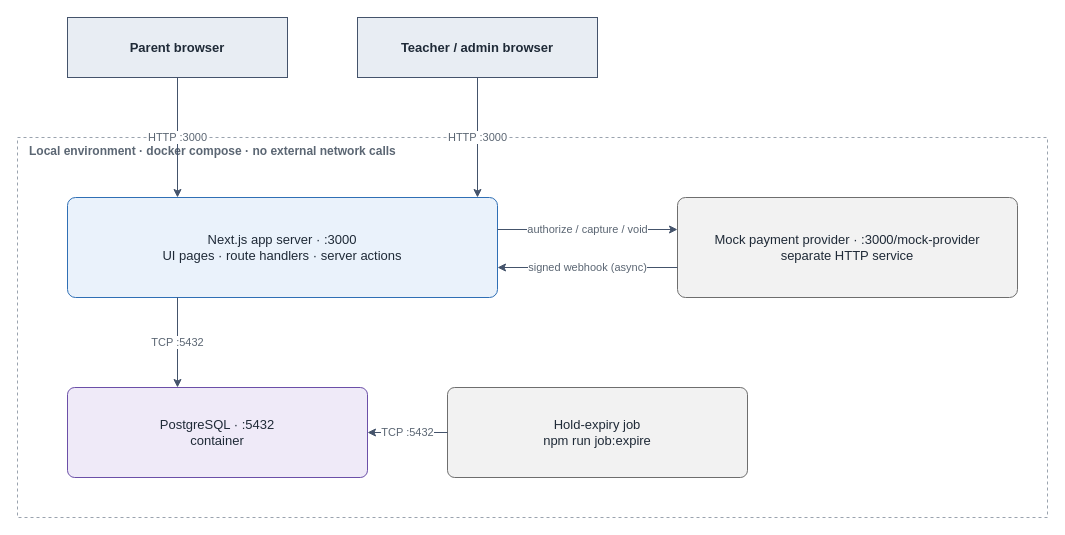
Earlier version of the draw.io diagram page "1. Network architecture" (1 of 7) of docs/diagrams.drawio (syahmiSani/poc-trial-booking). Source tidied: cells renumbered, new cells numbered last; positions are measured from the earlier drawing's top-left corner, leaving out a move shared by most shapes. Both pictures are drawn from the tidied source at 100%, with x=0, y=0 at pixel (17, 17).
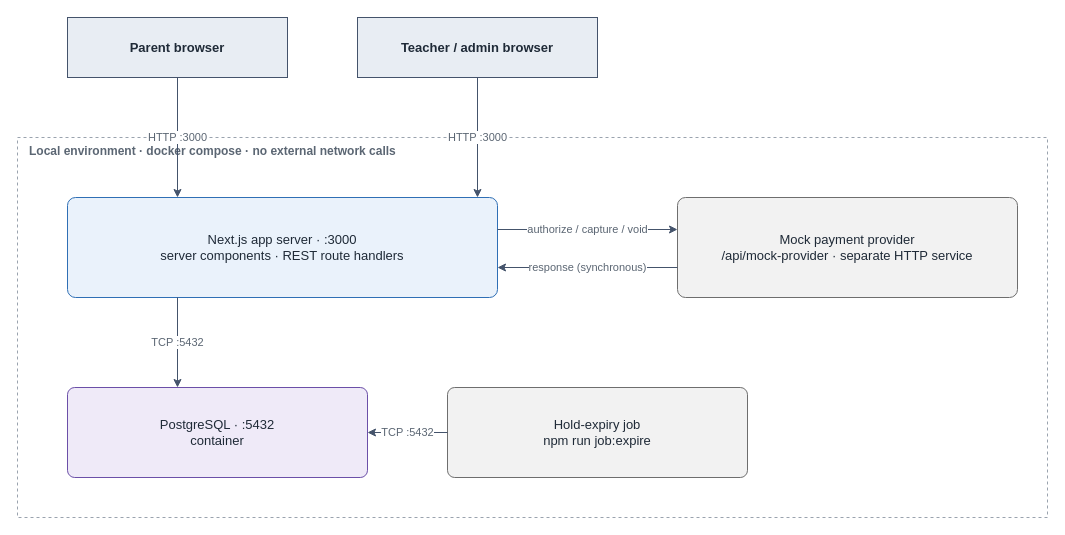
The same page after the edit.

The edit, as a diff of the source:
```diff
@@
-    <mxCell id="5" value="Next.js app server  ·  :3000&lt;br&gt;UI pages · route handlers · server actions" style="rounded=1;whiteSpace=wrap;html=1;arcSize=8;fillColor=#EAF2FB;strokeColor=#2F6FB5;fontColor=#1F2A37;fontSize=13;" parent="1" vertex="1">
+    <mxCell id="5" value="Next.js app server  ·  :3000&lt;br&gt;server components · REST route handlers" style="rounded=1;whiteSpace=wrap;html=1;arcSize=8;fillColor=#EAF2FB;strokeColor=#2F6FB5;fontColor=#1F2A37;fontSize=13;" parent="1" vertex="1">
       <mxGeometry x="50" y="180" width="430" height="100" as="geometry" />
     </mxCell>
-    <mxCell id="6" value="Mock payment provider  ·  :3000/mock-provider&lt;br&gt;separate HTTP service" style="rounded=1;whiteSpace=wrap;html=1;arcSize=8;fillColor=#F2F2F2;strokeColor=#6E6E6E;fontColor=#1F2A37;fontSize=13;" parent="1" vertex="1">
+    <mxCell id="6" value="Mock payment provider&lt;br&gt;/api/mock-provider  ·  separate HTTP service" style="rounded=1;whiteSpace=wrap;html=1;arcSize=8;fillColor=#F2F2F2;strokeColor=#6E6E6E;fontColor=#1F2A37;fontSize=13;" parent="1" vertex="1">
       <mxGeometry x="660" y="180" width="340" height="100" as="geometry" />
     </mxCell>
@@
-    <mxCell id="12" value="signed webhook (async)" style="edgeStyle=orthogonalEdgeStyle;rounded=0;html=1;jettySize=auto;strokeColor=#44536B;fontColor=#5B6673;fontSize=11;" parent="1" edge="1">
+    <mxCell id="12" value="response (synchronous)" style="edgeStyle=orthogonalEdgeStyle;rounded=0;html=1;jettySize=auto;strokeColor=#44536B;fontColor=#5B6673;fontSize=11;" parent="1" edge="1">
       <mxGeometry relative="1" as="geometry">
         <mxPoint x="660" y="250" as="sourcePoint" />
         <mxPoint x="480" y="250" as="targetPoint" />
       </mxGeometry>
     </mxCell>
```
